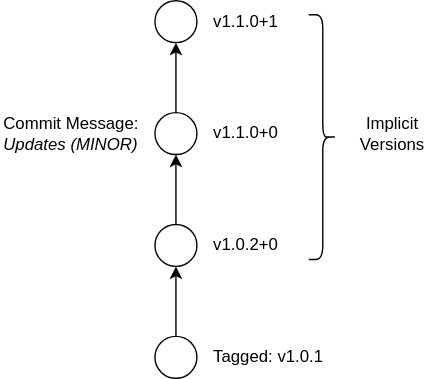
Earlier version of the draw.io export minor.drawio.svg (PaulHatch/semantic-version). Source tidied: cells renumbered, new cells last; positions are measured from the earlier drawing's top-left corner, leaving out a move shared by most shapes.
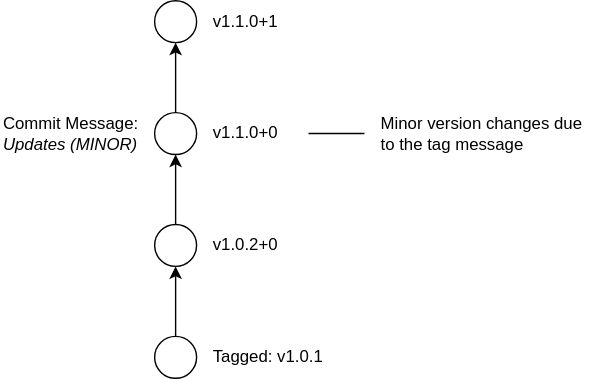
The same file after the commit.

The edit, as a diff of the source:
```diff
@@ -35,12 +35,14 @@
     <mxCell id="12" value="v1.1.0+1" style="text;html=1;strokeColor=none;fillColor=none;align=left;verticalAlign=middle;whiteSpace=wrap;rounded=0;" parent="1" vertex="1">
       <mxGeometry x="150" y="5" width="70" height="20" as="geometry" />
     </mxCell>
+    <mxCell id="16" style="edgeStyle=orthogonalEdgeStyle;rounded=0;jettySize=auto;html=1;endArrow=none;endFill=0;" parent="1" edge="1" target="11">
+      <mxGeometry relative="1" as="geometry">
+        <mxPoint x="260" y="95" as="sourcePoint" />
+      </mxGeometry>
+    </mxCell>
-    <mxCell id="13" value="Implicit Versions" style="text;html=1;strokeColor=none;fillColor=none;align=center;verticalAlign=middle;whiteSpace=wrap;rounded=0;" parent="1" vertex="1">
-      <mxGeometry x="260" y="85" width="40" height="20" as="geometry" />
+    <mxCell id="13" value="Minor version changes due to the tag message" style="text;html=1;strokeColor=none;fillColor=none;align=left;verticalAlign=middle;whiteSpace=wrap;rounded=0;" parent="1" vertex="1">
+      <mxGeometry x="270" y="85" width="150" height="20" as="geometry" />
     </mxCell>
-    <mxCell id="14" style="shape=curlyBracket;whiteSpace=wrap;html=1;rounded=1;rotation=-180;" parent="1" vertex="1">
-      <mxGeometry x="220" y="10" width="20" height="175" as="geometry" />
-    </mxCell>
     <mxCell id="15" value="Commit Message:&lt;br&gt;&lt;i&gt;Updates (MINOR)&lt;/i&gt;" style="text;html=1;strokeColor=none;fillColor=none;align=left;verticalAlign=middle;whiteSpace=wrap;rounded=0;" parent="1" vertex="1">
       <mxGeometry y="85" width="100" height="20" as="geometry" />
     </mxCell>
```
